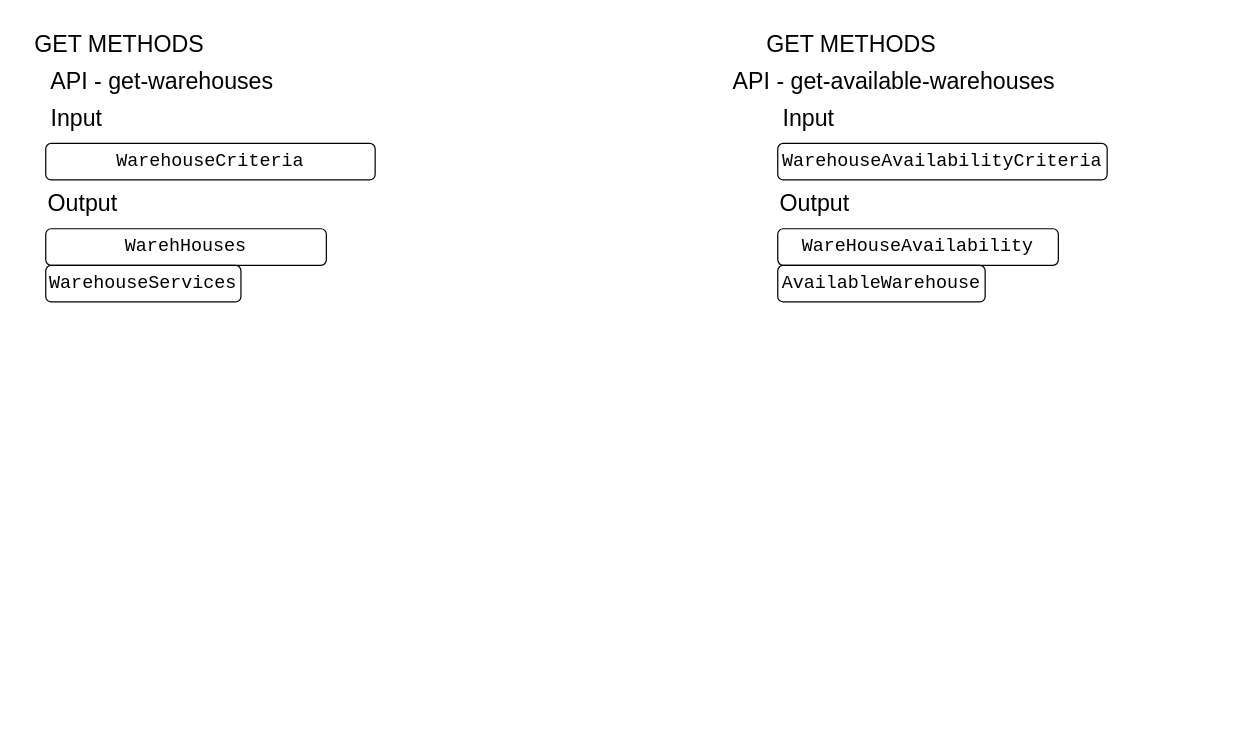
ramprasad2018/agconnect keeps this draw.io diagram as page "warehouse-api" (6 of 8) of Agroconnect.drawio. Above is the earlier version. Source tidied: cells renumbered, new cells numbered last; positions are measured from the earlier drawing's top-left corner, leaving out a move shared by most shapes. Both pictures are drawn from the tidied source at 122%, with x=0, y=0 at pixel (21, 21).
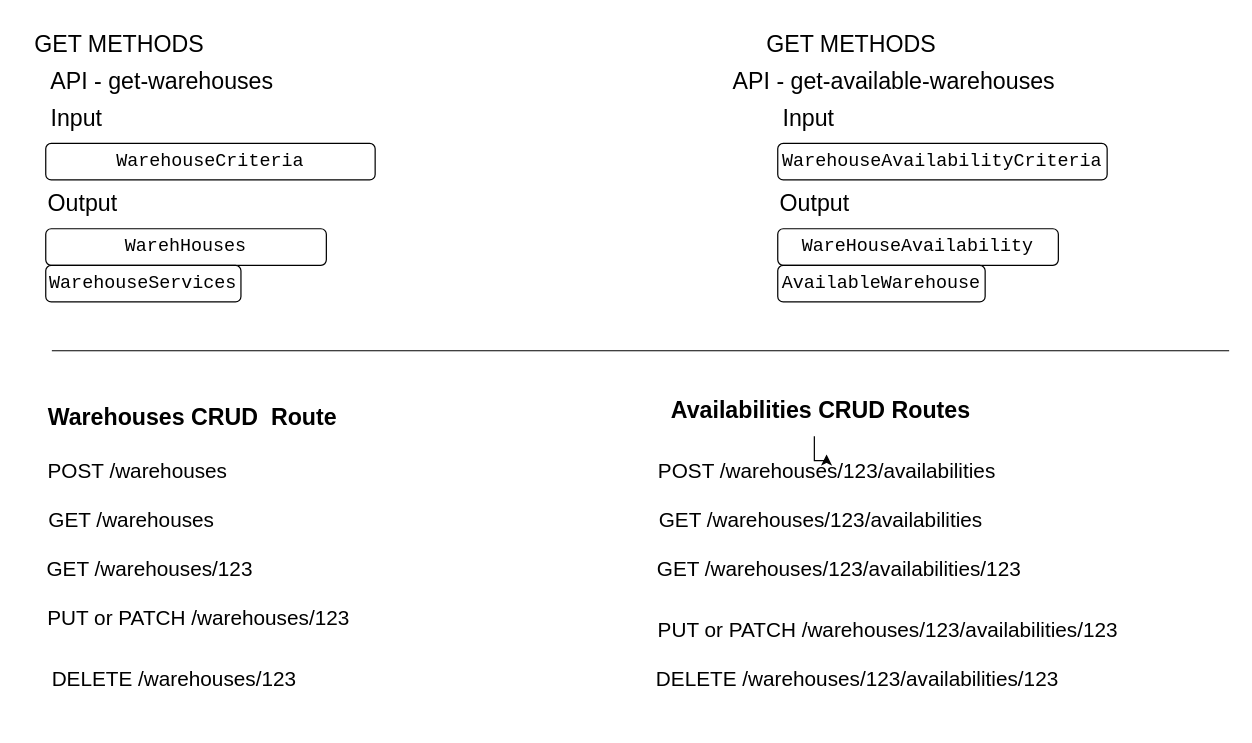
The same diagram, later.

The edit, as a diff of the source:
```diff
@@
+    <mxCell id="16" value="&lt;font style=&quot;&quot;&gt;&lt;span style=&quot;font-size: 19px;&quot;&gt;&lt;b&gt;Warehouses&lt;/b&gt;&lt;/span&gt;&lt;b style=&quot;font-size: 19px;&quot;&gt;&amp;nbsp;CRUD&amp;nbsp; Route&lt;/b&gt;&lt;/font&gt;" style="text;html=1;align=center;verticalAlign=middle;fillColor=none;strokeColor=none;rounded=0;fontSize=17;" parent="1" vertex="1">
+      <mxGeometry x="10" y="305" width="260" height="40" as="geometry" />
+    </mxCell>
+    <mxCell id="17" value="POST /warehouses" style="text;html=1;align=center;verticalAlign=middle;fillColor=none;strokeColor=none;rounded=0;fontSize=17;" parent="1" vertex="1">
+      <mxGeometry x="10" y="355" width="170" height="30" as="geometry" />
+    </mxCell>
+    <mxCell id="18" value="GET /warehouses" style="text;html=1;align=center;verticalAlign=middle;fillColor=none;strokeColor=none;rounded=0;fontSize=17;" parent="1" vertex="1">
+      <mxGeometry x="10" y="395" width="160" height="30" as="geometry" />
+    </mxCell>
+    <mxCell id="19" value="GET /warehouses/123" style="text;html=1;align=center;verticalAlign=middle;fillColor=none;strokeColor=none;rounded=0;fontSize=17;" parent="1" vertex="1">
+      <mxGeometry x="10" y="435" width="190" height="30" as="geometry" />
+    </mxCell>
+    <mxCell id="20" value="PUT or PATCH /warehouses/123" style="text;html=1;align=center;verticalAlign=middle;fillColor=none;strokeColor=none;rounded=0;fontSize=17;" parent="1" vertex="1">
+      <mxGeometry x="10" y="475" width="270" height="30" as="geometry" />
+    </mxCell>
+    <mxCell id="21" value="DELETE /warehouses/123" style="text;html=1;align=center;verticalAlign=middle;fillColor=none;strokeColor=none;rounded=0;fontSize=17;" parent="1" vertex="1">
+      <mxGeometry x="15" y="525" width="220" height="30" as="geometry" />
+    </mxCell>
+    <mxCell id="22" value="POST /warehouses/123/availabilities" style="text;html=1;align=center;verticalAlign=middle;points=[];fillColor=none;strokeColor=none;rounded=0;fontSize=17;" parent="1" vertex="1">
+      <mxGeometry x="510" y="355" width="300" height="30" as="geometry" />
+    </mxCell>
+    <mxCell id="23" value="GET /warehouses/123/availabilities" style="text;html=1;align=center;verticalAlign=middle;fillColor=none;strokeColor=none;rounded=0;fontSize=17;" parent="1" vertex="1">
+      <mxGeometry x="510" y="395" width="290" height="30" as="geometry" />
+    </mxCell>
+    <mxCell id="24" value="GET /warehouses/123/availabilities/123" style="text;html=1;align=center;verticalAlign=middle;fillColor=none;strokeColor=none;rounded=0;fontSize=17;" parent="1" vertex="1">
+      <mxGeometry x="510" y="435" width="320" height="30" as="geometry" />
+    </mxCell>
+    <mxCell id="25" value="PUT or PATCH /warehouses/123/availabilities/123" style="text;html=1;align=center;verticalAlign=middle;fillColor=none;strokeColor=none;rounded=0;fontSize=17;" parent="1" vertex="1">
+      <mxGeometry x="510" y="485" width="400" height="30" as="geometry" />
+    </mxCell>
+    <mxCell id="26" value="&lt;div&gt;DELETE /warehouses/123/availabilities/123&lt;/div&gt;&lt;div&gt;&lt;br&gt;&lt;/div&gt;" style="text;html=1;align=center;verticalAlign=middle;fillColor=none;strokeColor=none;rounded=0;fontSize=17;" parent="1" vertex="1">
+      <mxGeometry x="510" y="525" width="350" height="50" as="geometry" />
+    </mxCell>
+    <mxCell id="27" style="edgeStyle=orthogonalEdgeStyle;rounded=0;jettySize=auto;html=1;fontSize=22;" parent="1" edge="1" source="28" target="22">
+      <mxGeometry relative="1" as="geometry" />
+    </mxCell>
+    <mxCell id="28" style="text;html=1;align=center;verticalAlign=middle;points=[];fillColor=none;strokeColor=none;rounded=0;fontSize=17;" parent="1" vertex="1">
+      <mxGeometry x="640" y="310" width="20" height="30" as="geometry" />
+    </mxCell>
+    <mxCell id="29" value="&lt;span style=&quot;font-size: 19px;&quot;&gt;&lt;b&gt;Availabilities CRUD Routes&lt;/b&gt;&lt;/span&gt;" style="text;html=1;align=center;verticalAlign=middle;fillColor=none;strokeColor=none;rounded=0;fontSize=17;" parent="1" vertex="1">
+      <mxGeometry x="520" y="300" width="270" height="40" as="geometry" />
+    </mxCell>
+    <mxCell id="30" style="endArrow=none;html=1;rounded=0;fontSize=22;" parent="1" edge="1">
+      <mxGeometry relative="1" as="geometry">
+        <mxPoint x="25" y="270" as="sourcePoint" />
+        <mxPoint x="990" y="270" as="targetPoint" />
+      </mxGeometry>
+    </mxCell>
```
